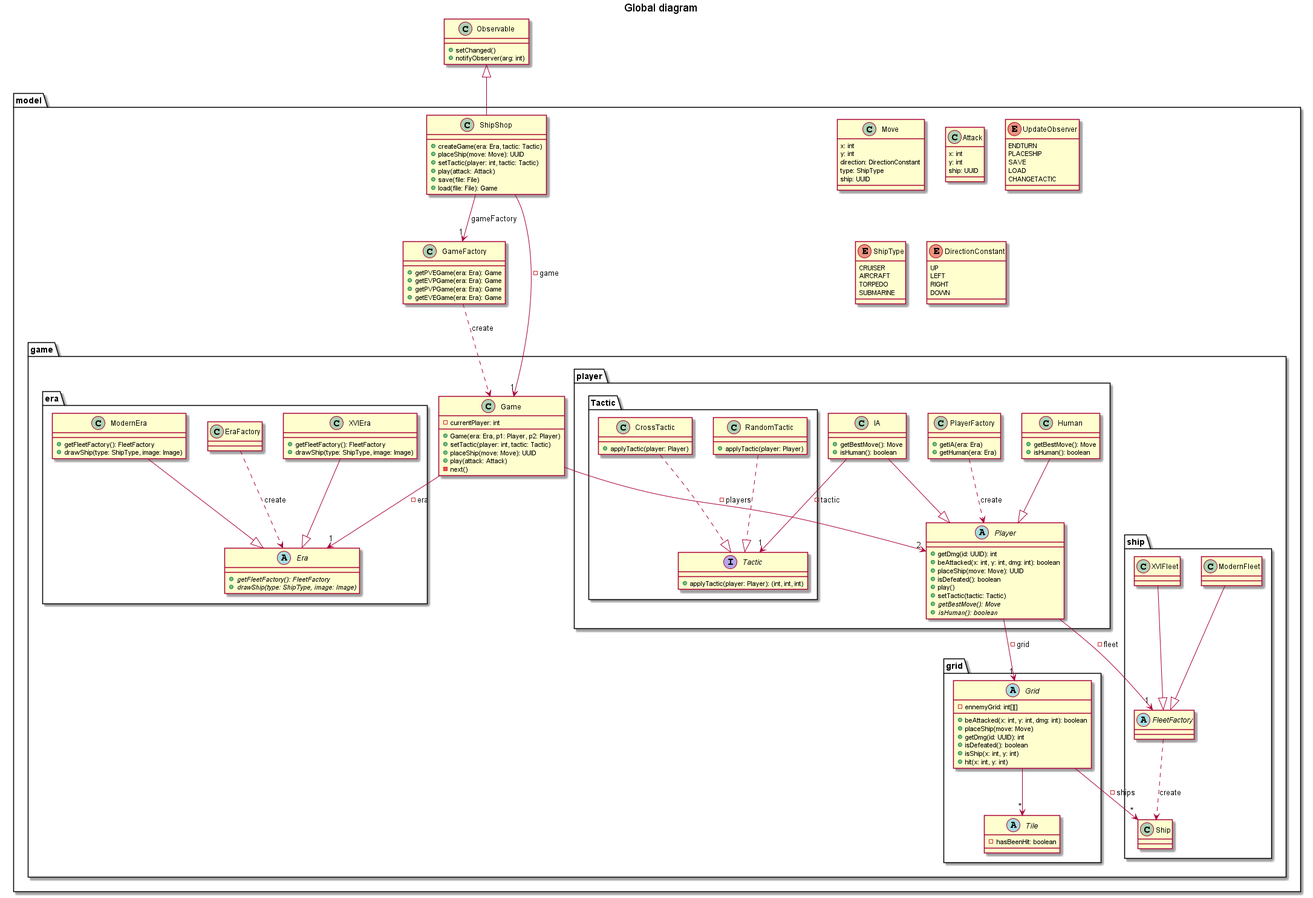
Above: doc/conception/image/class/global.png in Reynault/ShipShop (PlantUML), before the change.
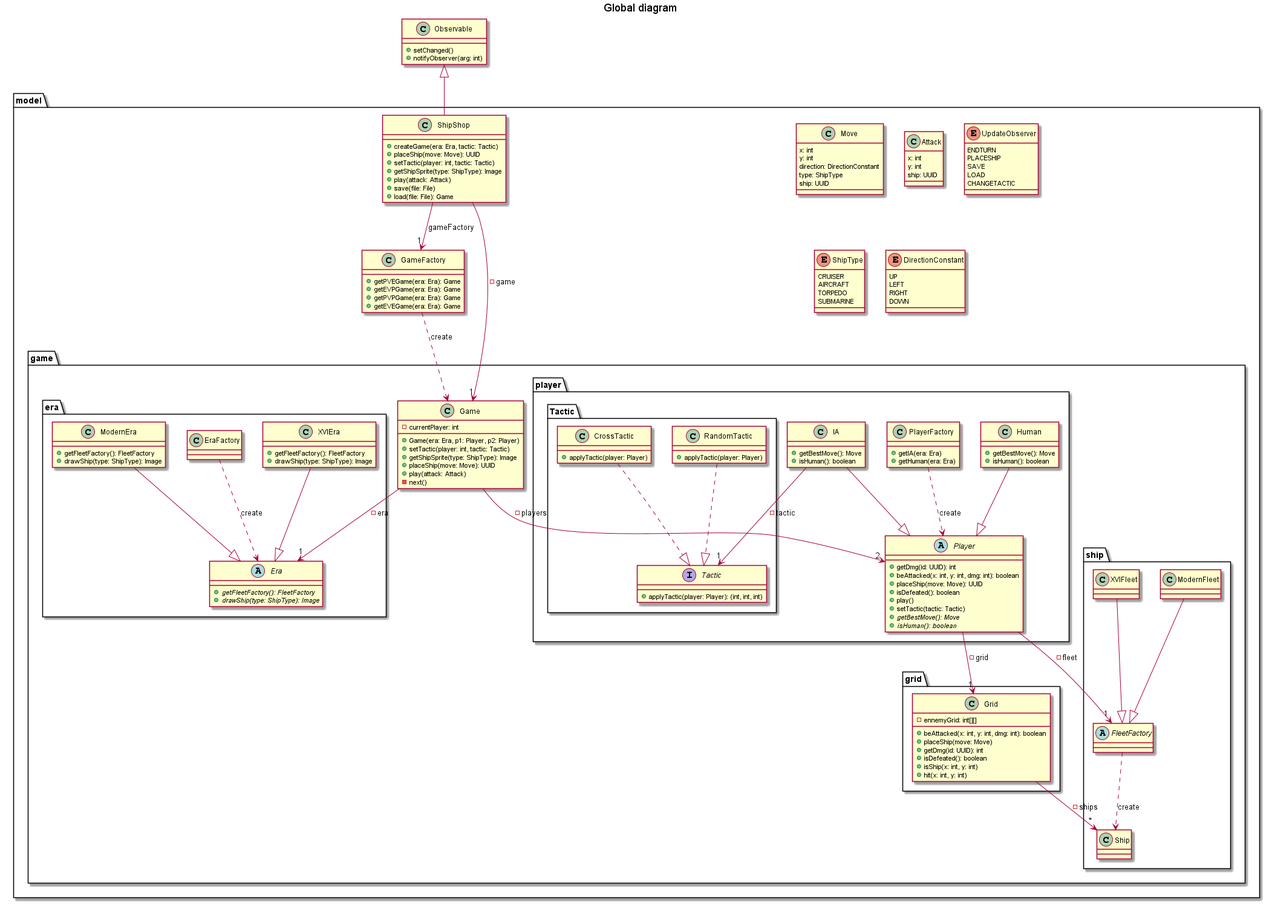
The same file after the commit.

What changed in the source:
```diff
@@ -56,6 +56,7 @@
         + createGame(era: Era, tactic: Tactic)
         + placeShip(move: Move): UUID
         + setTactic(player: int, tactic: Tactic)
+        + getShipSprite(type: ShipType): Image
         + play(attack: Attack)
         + save(file: File)
         + load(file: File): Game
@@ -71,17 +72,17 @@
 
             abstract Era{
                 + {abstract} getFleetFactory(): FleetFactory
-                + {abstract} drawShip(type: ShipType, image: Image)
+                + {abstract} drawShip(type: ShipType): Image
             }
 
             class ModernEra{
                 + getFleetFactory(): FleetFactory
-                + drawShip(type: ShipType, image: Image)
+                + drawShip(type: ShipType): Image
             }
 
             class XVIEra{
                 + getFleetFactory(): FleetFactory
-                + drawShip(type: ShipType, image: Image)
+                + drawShip(type: ShipType): Image
             }
 
         }
@@ -90,6 +91,7 @@
             - currentPlayer: int
             + Game(era: Era, p1: Player, p2: Player)
             + setTactic(player: int, tactic: Tactic)
+            + getShipSprite(type: ShipType): Image
             + placeShip(move: Move): UUID
             + play(attack: Attack)
             - next()
@@ -97,7 +99,7 @@
 
         package grid{
 
-            abstract Grid{
+            class Grid{
                 - ennemyGrid: int[][]
                 + beAttacked(x: int, y: int, dmg: int): boolean
                 + placeShip(move: Move)
@@ -106,11 +108,6 @@
                 + isShip(x: int, y: int)
                 + hit(x: int, y: int)
             }
-
-            abstract Tile{
-                - hasBeenHit: boolean
-            }
-
 
         }
 
@@ -197,7 +194,6 @@
 Game --> "2" Player: - players
 
 Grid --> "*" Ship: - ships
-Grid --> "*" Tile
 
 FleetFactory ..> Ship: "create"
 
```
